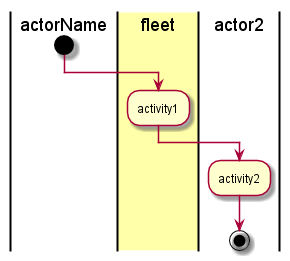
CAADE/fleet keeps this PlantUML diagram as docs/UseCases/Manage-Policies/Activities.png. Above is the earlier version.
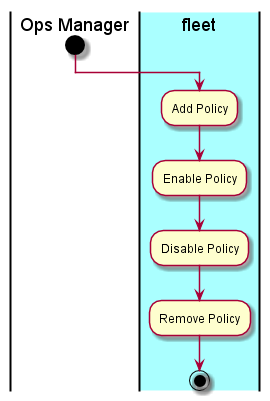
Later version of the same file.

Change to the diagram source:
```diff
@@ -1,9 +1,10 @@
 @startuml
-|actorName|
+|Ops Manager|
 start
-|#ffffaa|fleet|
-:activity1;
-|actor2|
-:activity2;
+|#aaffff|fleet|
+:Add Policy;
+:Enable Policy;
+:Disable Policy;
+:Remove Policy;
 stop
 @enduml
```
